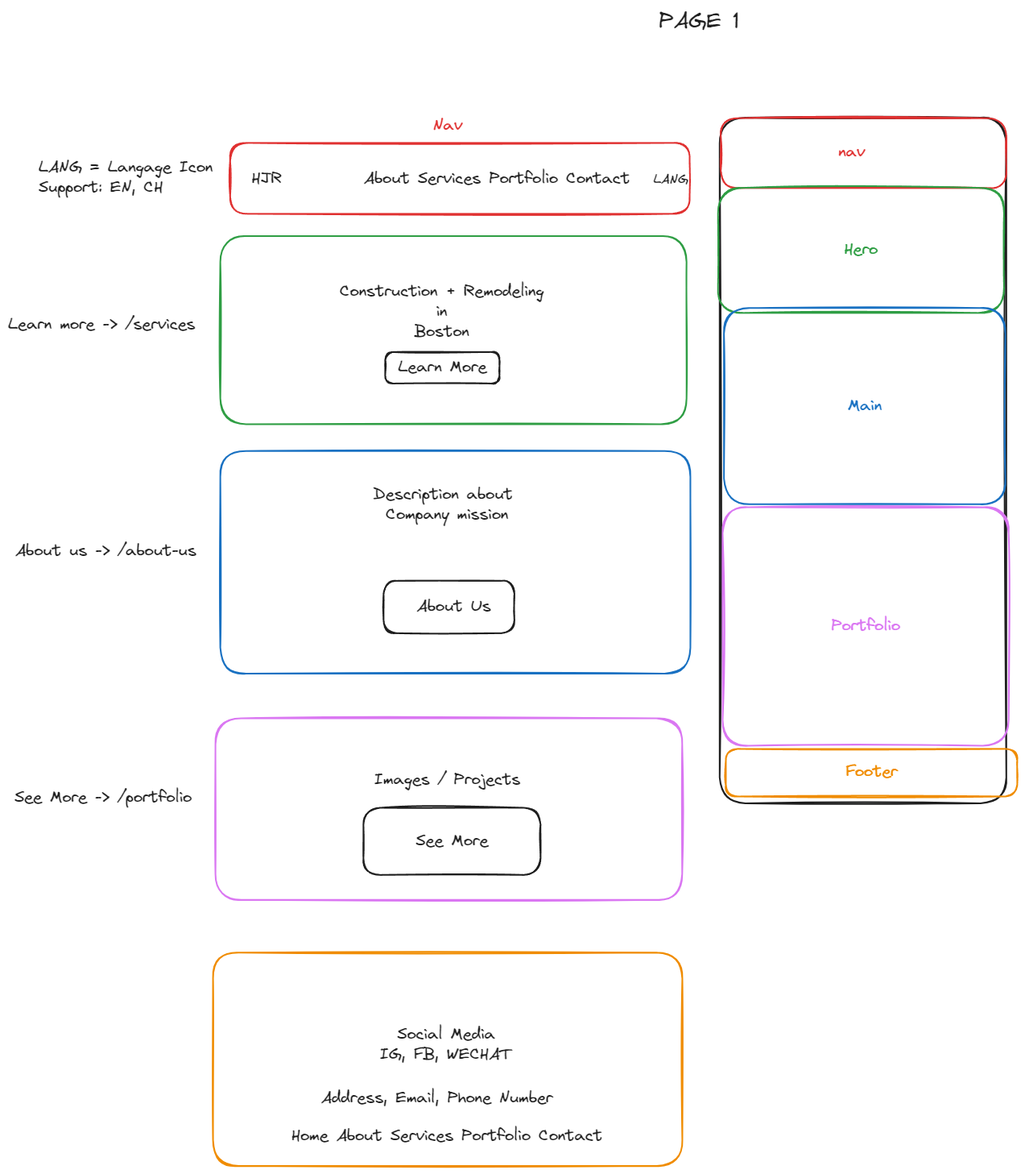
philingyuup/hjr keeps this Excalidraw diagram as wireframe.excalidraw.png. Above is the earlier version. Source tidied: one line per element, renumbered; positions are measured from the earlier drawing's top-left corner, leaving out a move shared by most shapes.
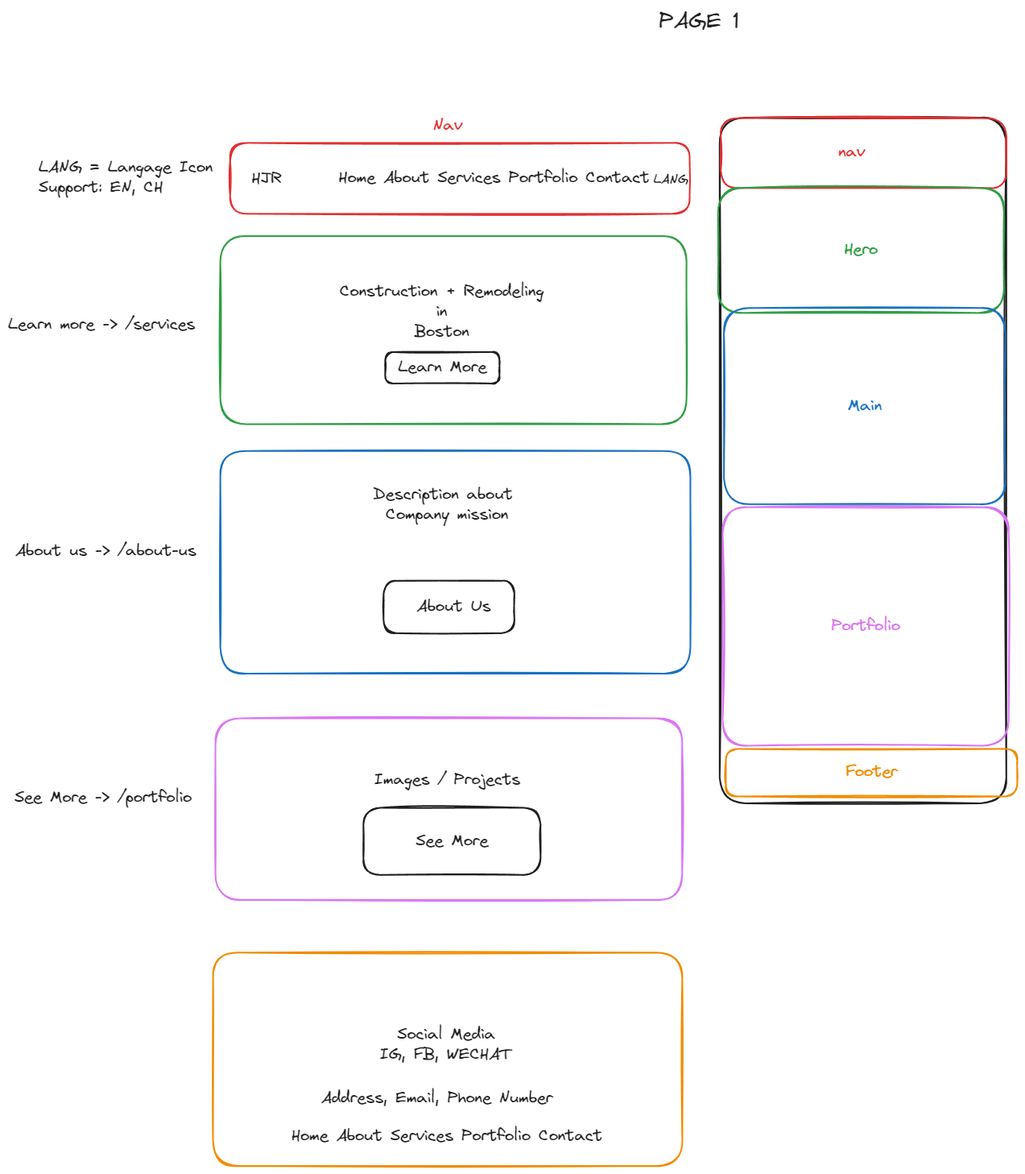
Above is the later version.

What changed in the source:
```diff
@@ -3,7 +3,7 @@
 {"id": 2, "type": "text", "text": "nav", "strokeColor": "#e03131", "strokeWidth": 2, "roughness": 1, "fontSize": 20, "fontFamily": 1, "x": 1031, "y": 167, "width": 33, "height": 25}
 {"id": 3, "type": "rectangle", "strokeColor": "#e03131", "strokeWidth": 2, "roughness": 1, "round": true, "x": 276, "y": 167, "width": 571, "height": 88}
 {"id": 4, "type": "text", "text": "HJR", "strokeColor": "#1e1e1e", "strokeWidth": 2, "roughness": 1, "fontSize": 20, "fontFamily": 1, "x": 303, "y": 200, "width": 37, "height": 25}
-{"id": 5, "type": "text", "text": "About Services Portfolio Contact", "strokeColor": "#1e1e1e", "strokeWidth": 2, "roughness": 1, "fontSize": 20, "fontFamily": 1, "x": 442, "y": 200, "width": 330, "height": 25}
+{"id": 5, "type": "text", "text": "Home About Services Portfolio Contact", "strokeColor": "#1e1e1e", "strokeWidth": 2, "roughness": 1, "fontSize": 20, "fontFamily": 1, "x": 410, "y": 199, "width": 386, "height": 25}
 {"id": 6, "type": "text", "text": "Nav", "strokeColor": "#e03131", "strokeWidth": 2, "roughness": 1, "fontSize": 20, "fontFamily": 1, "x": 527, "y": 134, "width": 37, "height": 25}
 {"id": 7, "type": "rectangle", "strokeColor": "#2f9e44", "strokeWidth": 2, "roughness": 1, "round": true, "x": 882, "y": 223, "width": 355, "height": 155}
 {"id": 8, "type": "text", "text": "Hero", "strokeColor": "#2f9e44", "strokeWidth": 2, "roughness": 1, "fontSize": 20, "fontFamily": 1, "textAlign": "center", "verticalAlign": "middle", "inside": 7, "x": 1039, "y": 288, "width": 42, "height": 25}
```
